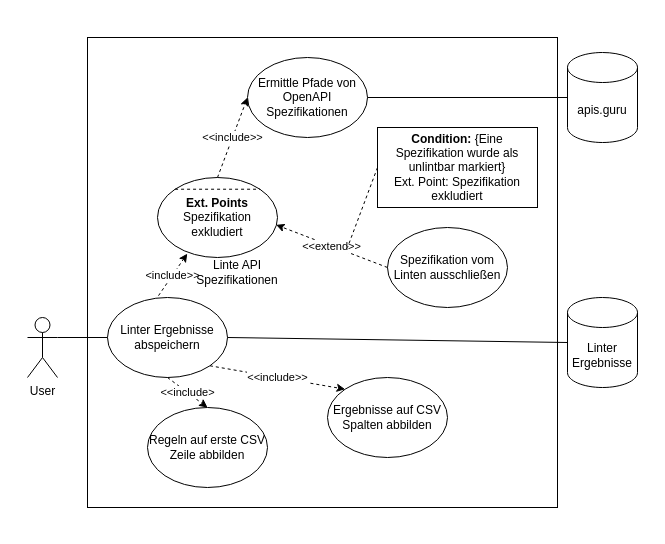
The draw.io diagram requirements/usecase/linting.drawio in paulbrenker/thesis, before the edit. Source tidied: cells renumbered, new cells numbered last; positions are measured from the earlier drawing's top-left corner, leaving out a move shared by most shapes. Both pictures are drawn from the tidied source at 100%, with x=0, y=0 at pixel (17, 17).
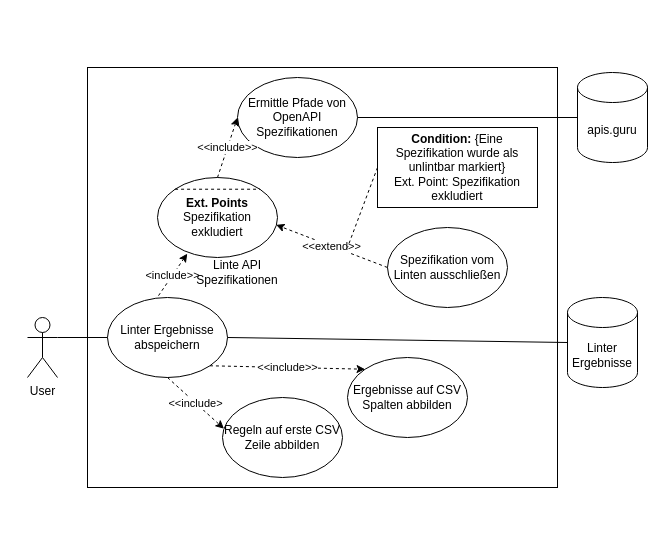
The same diagram, later.

Unchanged cells that the change refers to:
```xml
<mxCell id="5" value="Linter Ergebnisse abspeichern" style="ellipse;whiteSpace=wrap;html=1;" parent="1" vertex="1">
  <mxGeometry x="90" y="280" width="120" height="80" as="geometry" />
</mxCell>
```

What changed in the source:
```diff
@@
     <mxCell id="2" style="rounded=0;whiteSpace=wrap;html=1;strokeWidth=0;strokeColor=none;" parent="1" vertex="1">
-      <mxGeometry width="630" height="510" as="geometry" />
+      <mxGeometry y="40" width="630" height="440" as="geometry" />
     </mxCell>
     <mxCell id="3" style="rounded=0;whiteSpace=wrap;html=1;" parent="1" vertex="1">
-      <mxGeometry x="70" y="20" width="470" height="470" as="geometry" />
+      <mxGeometry x="70" y="50" width="470" height="420" as="geometry" />
     </mxCell>
@@
     <mxCell id="6" value="Ergebnisse auf CSV Spalten abbilden" style="ellipse;whiteSpace=wrap;html=1;" parent="1" vertex="1">
-      <mxGeometry x="310" y="360" width="120" height="80" as="geometry" />
+      <mxGeometry x="330" y="340" width="120" height="80" as="geometry" />
     </mxCell>
     <mxCell id="7" value="Regeln auf erste CSV Zeile abbilden" style="ellipse;whiteSpace=wrap;html=1;" parent="1" vertex="1">
-      <mxGeometry x="130" y="390" width="120" height="80" as="geometry" />
+      <mxGeometry x="205" y="380" width="120" height="80" as="geometry" />
     </mxCell>
@@
-    <mxCell id="9" value="&amp;lt;&amp;lt;include&amp;gt;" style="endArrow=classic;html=1;entryX=0.5;entryY=0;entryDx=0;entryDy=0;exitX=0.5;exitY=1;exitDx=0;exitDy=0;dashed=1;" parent="1" edge="1" source="5" target="7">
+    <mxCell id="9" value="&amp;lt;&amp;lt;include&amp;gt;" style="endArrow=classic;html=1;entryX=0.012;entryY=0.39;entryDx=0;entryDy=0;exitX=0.5;exitY=1;exitDx=0;exitDy=0;dashed=1;entryPerimeter=0;" parent="1" edge="1" source="5" target="7">
       <mxGeometry relative="1" as="geometry" />
     </mxCell>
@@
     <mxCell id="15" value="Ermittle Pfade von OpenAPI Spezifikationen" style="ellipse;whiteSpace=wrap;html=1;" parent="1" vertex="1">
-      <mxGeometry x="230" y="40" width="120" height="80" as="geometry" />
+      <mxGeometry x="220" y="60" width="120" height="80" as="geometry" />
     </mxCell>
@@
     <mxCell id="17" value="apis.guru" style="shape=cylinder3;whiteSpace=wrap;html=1;boundedLbl=1;backgroundOutline=1;size=15;" parent="1" vertex="1">
-      <mxGeometry x="550" y="35" width="70" height="90" as="geometry" />
+      <mxGeometry x="560" y="55" width="70" height="90" as="geometry" />
     </mxCell>
```
